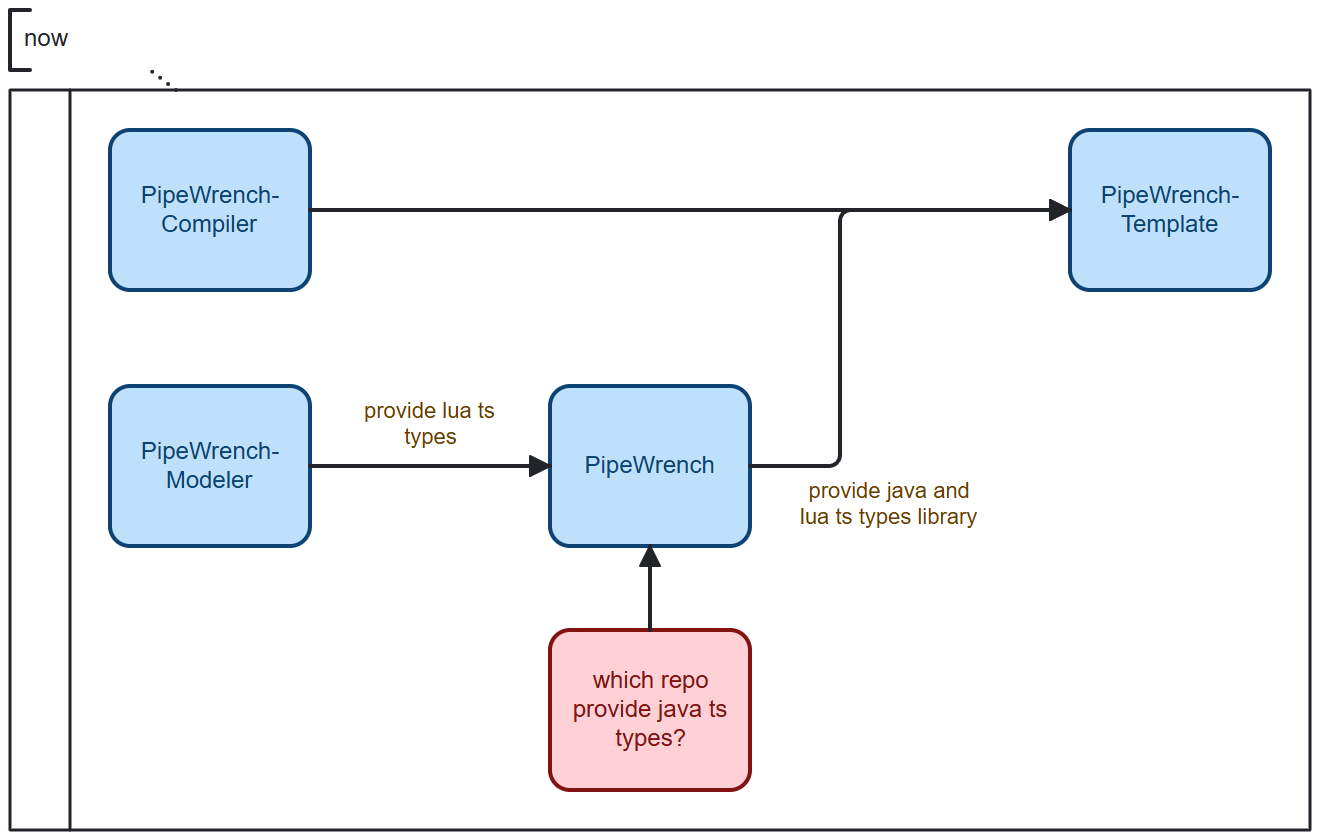
Earlier version of the BPMN export docs/now.png (PurpleNoon/PipeWrench-Template-Test). Its source is kept beside it as docs/now.bpmn. Ids are renumbered.
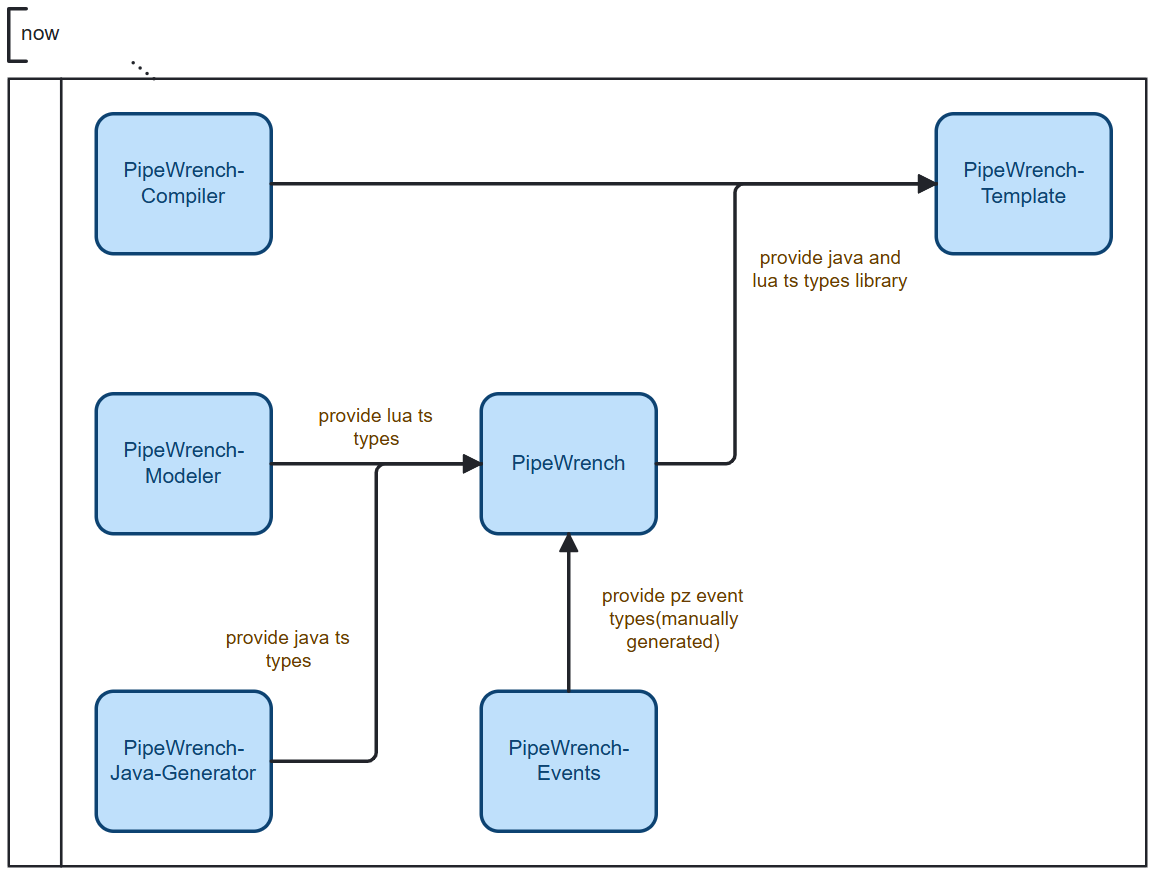
Later version of the same file.

Commit message:
doc: update project relationship diagram

What changed in the source:
```diff
@@ -11,37 +11,38 @@
     <bpmn:task id="Activity_n8" name="PipeWrench-Compiler">
       <bpmn:outgoing>Flow_n9</bpmn:outgoing>
     </bpmn:task>
-    <bpmn:task id="Activity_n10" name="which repo provide java ts types?">
-      <bpmn:outgoing>Flow_n11</bpmn:outgoing>
-    </bpmn:task>
     <bpmn:task id="Activity_n12" name="PipeWrench-Template">
       <bpmn:incoming>Flow_n9</bpmn:incoming>
       <bpmn:incoming>Flow_n13</bpmn:incoming>
     </bpmn:task>
+    <bpmn:sequenceFlow id="Flow_n9" sourceRef="Activity_n8" targetRef="Activity_n12" />
+    <bpmn:sequenceFlow id="Flow_n11" name="provide java ts types" sourceRef="Activity_n10" targetRef="Activity_n14" />
+    <bpmn:sequenceFlow id="Flow_n13" name="provide java and lua ts types library" sourceRef="Activity_n14" targetRef="Activity_n12" />
+    <bpmn:sequenceFlow id="Flow_n15" name="provide lua ts types" sourceRef="Activity_n16" targetRef="Activity_n14" />
+    <bpmn:sequenceFlow id="Flow_n17" name="provide pz event types(manually generated)" sourceRef="Activity_n18" targetRef="Activity_n14" />
     <bpmn:task id="Activity_n14" name="PipeWrench">
       <bpmn:incoming>Flow_n15</bpmn:incoming>
       <bpmn:incoming>Flow_n11</bpmn:incoming>
+      <bpmn:incoming>Flow_n17</bpmn:incoming>
       <bpmn:outgoing>Flow_n13</bpmn:outgoing>
     </bpmn:task>
     <bpmn:task id="Activity_n16" name="PipeWrench-Modeler">
       <bpmn:outgoing>Flow_n15</bpmn:outgoing>
     </bpmn:task>
-    <bpmn:sequenceFlow id="Flow_n9" sourceRef="Activity_n8" targetRef="Activity_n12" />
-    <bpmn:sequenceFlow id="Flow_n11" sourceRef="Activity_n10" targetRef="Activity_n14" />
-    <bpmn:sequenceFlow id="Flow_n13" name="provide java and lua ts types library" sourceRef="Activity_n14" targetRef="Activity_n12" />
-    <bpmn:sequenceFlow id="Flow_n15" name="provide lua ts types" sourceRef="Activity_n16" targetRef="Activity_n14" />
+    <bpmn:task id="Activity_n10" name="PipeWrench-Java-Generator">
+      <bpmn:outgoing>Flow_n11</bpmn:outgoing>
+    </bpmn:task>
+    <bpmn:task id="Activity_n18" name="PipeWrench-Events">
+      <bpmn:outgoing>Flow_n17</bpmn:outgoing>
+    </bpmn:task>
   </bpmn:process>
   <bpmndi:BPMNDiagram id="BPMNDiagram_1">
     <bpmndi:BPMNPlane id="BPMNPlane_1" bpmnElement="Collaboration_n2">
       <bpmndi:BPMNShape id="Participant_n3_di" bpmnElement="Participant_n3" isHorizontal="true">
-        <dc:Bounds x="160" y="120" width="650" height="370" />
+        <dc:Bounds x="160" y="120" width="650" height="450" />
       </bpmndi:BPMNShape>
       <bpmndi:BPMNShape id="Activity_n8_di" bpmnElement="Activity_n8" bioc:stroke="#0d4372" bioc:fill="#bbdefb" color:background-color="#bbdefb" color:border-color="#0d4372">
         <dc:Bounds x="210" y="140" width="100" height="80" />
-        <bpmndi:BPMNLabel />
-      </bpmndi:BPMNShape>
-      <bpmndi:BPMNShape id="Activity_n10_di" bpmnElement="Activity_n10" bioc:stroke="#831311" bioc:fill="#ffcdd2" color:background-color="#ffcdd2" color:border-color="#831311">
-        <dc:Bounds x="430" y="390" width="100" height="80" />
         <bpmndi:BPMNLabel />
       </bpmndi:BPMNShape>
       <bpmndi:BPMNShape id="Activity_n12_di" bpmnElement="Activity_n12" bioc:stroke="#0d4372" bioc:fill="#bbdefb" color:background-color="#bbdefb" color:border-color="#0d4372">
@@ -49,11 +50,19 @@
         <bpmndi:BPMNLabel />
       </bpmndi:BPMNShape>
       <bpmndi:BPMNShape id="Activity_n14_di" bpmnElement="Activity_n14" bioc:stroke="#0d4372" bioc:fill="#bbdefb" color:background-color="#bbdefb" color:border-color="#0d4372">
-        <dc:Bounds x="430" y="268" width="100" height="80" />
+        <dc:Bounds x="430" y="300" width="100" height="80" />
         <bpmndi:BPMNLabel />
       </bpmndi:BPMNShape>
       <bpmndi:BPMNShape id="Activity_n16_di" bpmnElement="Activity_n16" bioc:stroke="#0d4372" bioc:fill="#bbdefb" color:background-color="#bbdefb" color:border-color="#0d4372">
-        <dc:Bounds x="210" y="268" width="100" height="80" />
+        <dc:Bounds x="210" y="300" width="100" height="80" />
+        <bpmndi:BPMNLabel />
+      </bpmndi:BPMNShape>
+      <bpmndi:BPMNShape id="Activity_n10_di" bpmnElement="Activity_n10" bioc:stroke="#0d4372" bioc:fill="#bbdefb" color:background-color="#bbdefb" color:border-color="#0d4372">
+        <dc:Bounds x="210" y="470" width="100" height="80" />
+        <bpmndi:BPMNLabel />
+      </bpmndi:BPMNShape>
+      <bpmndi:BPMNShape id="Activity_n18_di" bpmnElement="Activity_n18" bioc:stroke="#0d4372" bioc:fill="#bbdefb" color:background-color="#bbdefb" color:border-color="#0d4372">
+        <dc:Bounds x="430" y="470" width="100" height="80" />
         <bpmndi:BPMNLabel />
       </bpmndi:BPMNShape>
       <bpmndi:BPMNEdge id="Flow_n9_di" bpmnElement="Flow_n9">
@@ -61,33 +70,45 @@
         <di:waypoint x="690" y="180" />
       </bpmndi:BPMNEdge>
       <bpmndi:BPMNEdge id="Flow_n11_di" bpmnElement="Flow_n11">
-        <di:waypoint x="480" y="390" />
-        <di:waypoint x="480" y="348" />
+        <di:waypoint x="310" y="510" />
+        <di:waypoint x="370" y="510" />
+        <di:waypoint x="370" y="340" />
+        <di:waypoint x="430" y="340" />
+        <bpmndi:BPMNLabel color:color="#6b3c00">
+          <dc:Bounds x="284" y="433" width="72" height="27" />
+        </bpmndi:BPMNLabel>
       </bpmndi:BPMNEdge>
       <bpmndi:BPMNEdge id="Flow_n13_di" bpmnElement="Flow_n13">
-        <di:waypoint x="530" y="308" />
-        <di:waypoint x="575" y="308" />
+        <di:waypoint x="530" y="340" />
+        <di:waypoint x="575" y="340" />
         <di:waypoint x="575" y="180" />
         <di:waypoint x="690" y="180" />
         <bpmndi:BPMNLabel color:color="#6b3c00">
-          <dc:Bounds x="555" y="314" width="90" height="27" />
+          <dc:Bounds x="585" y="216" width="90" height="27" />
         </bpmndi:BPMNLabel>
       </bpmndi:BPMNEdge>
       <bpmndi:BPMNEdge id="Flow_n15_di" bpmnElement="Flow_n15">
-        <di:waypoint x="310" y="308" />
-        <di:waypoint x="430" y="308" />
+        <di:waypoint x="310" y="340" />
+        <di:waypoint x="430" y="340" />
         <bpmndi:BPMNLabel color:color="#6b3c00">
-          <dc:Bounds x="337" y="274" width="66" height="27" />
+          <dc:Bounds x="337" y="306" width="66" height="27" />
         </bpmndi:BPMNLabel>
       </bpmndi:BPMNEdge>
-      <bpmndi:BPMNEdge id="Association_n6_di" bpmnElement="Association_n6">
-        <di:waypoint x="243" y="120" />
-        <di:waypoint x="230" y="110" />
+      <bpmndi:BPMNEdge id="Flow_n17_di" bpmnElement="Flow_n17">
+        <di:waypoint x="480" y="470" />
+        <di:waypoint x="480" y="380" />
+        <bpmndi:BPMNLabel color:color="#6b3c00">
+          <dc:Bounds x="499" y="409" width="82" height="40" />
+        </bpmndi:BPMNLabel>
       </bpmndi:BPMNEdge>
       <bpmndi:BPMNShape id="TextAnnotation_n5_di" bpmnElement="TextAnnotation_n5">
         <dc:Bounds x="160" y="80" width="100" height="30" />
         <bpmndi:BPMNLabel />
       </bpmndi:BPMNShape>
+      <bpmndi:BPMNEdge id="Association_n6_di" bpmnElement="Association_n6">
+        <di:waypoint x="243" y="120" />
+        <di:waypoint x="230" y="110" />
+      </bpmndi:BPMNEdge>
     </bpmndi:BPMNPlane>
   </bpmndi:BPMNDiagram>
 </bpmn:definitions>
```
